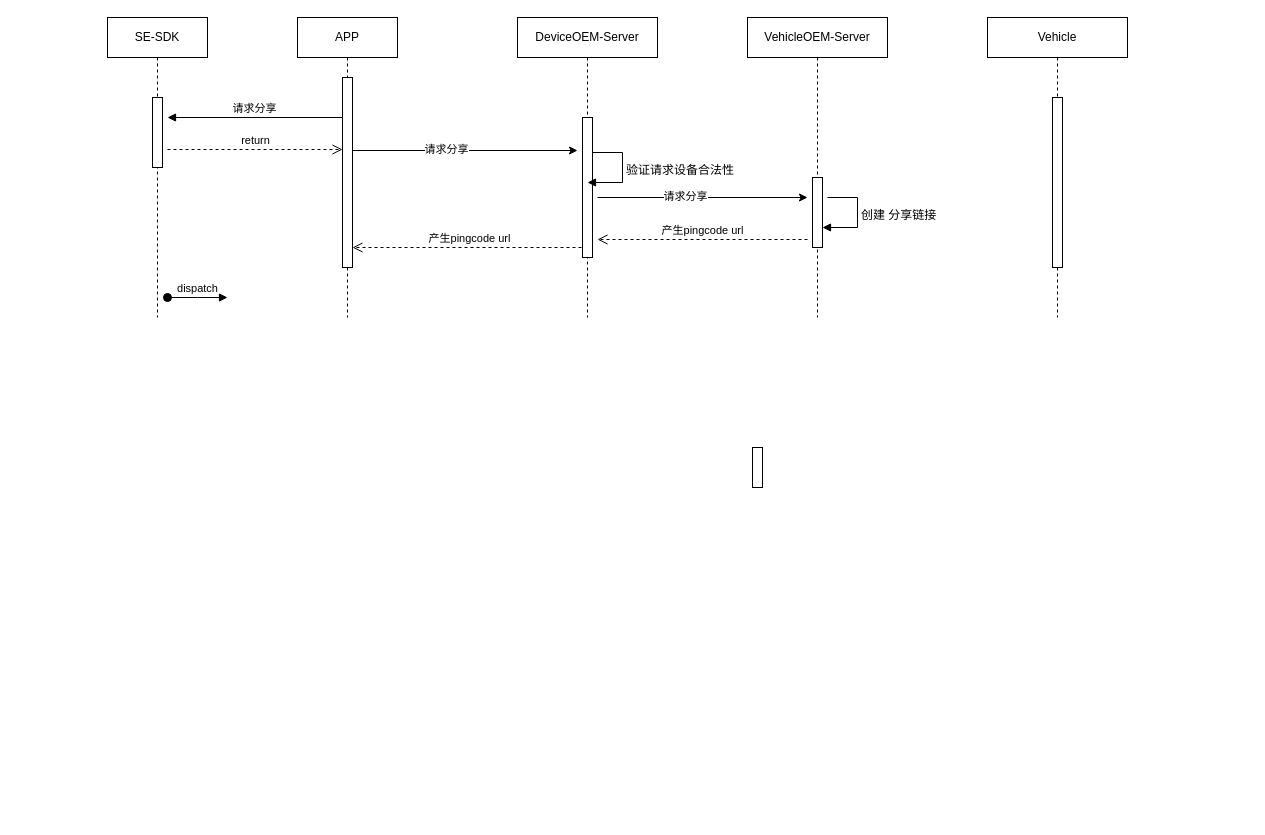
jianguocong/chart keeps this draw.io diagram as 分享钥匙.drawio. Above is the earlier version. Source tidied: cells renumbered, new cells numbered last; positions are measured from the earlier drawing's top-left corner, leaving out a move shared by most shapes. Both pictures are drawn from the tidied source at 100%, with x=0, y=0 at pixel (107, 17).
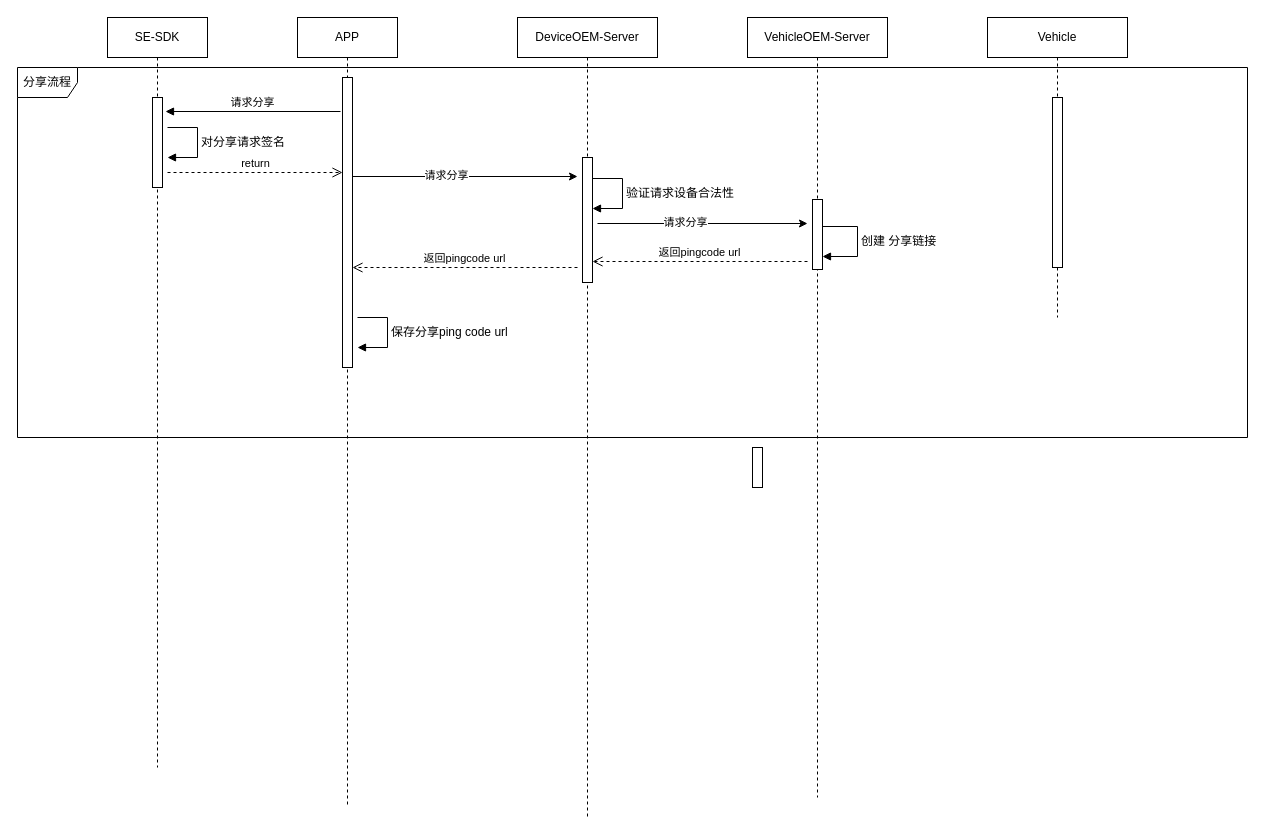
After the change.

Commit message (it also covers changes not shown here):
更新分享钥匙.drawio

What changed in the source:
```diff
@@
     <mxCell id="2" value="SE-SDK" style="shape=umlLifeline;perimeter=lifelinePerimeter;whiteSpace=wrap;html=1;newEdgeStyle={&quot;edgeStyle&quot;:&quot;elbowEdgeStyle&quot;,&quot;elbow&quot;:&quot;vertical&quot;,&quot;curved&quot;:0,&quot;rounded&quot;:0};" parent="1" vertex="1">
-      <mxGeometry width="100" height="300" as="geometry" />
+      <mxGeometry width="100" height="750" as="geometry" />
     </mxCell>
     <mxCell id="3" style="html=1;perimeter=orthogonalPerimeter;targetShapes=umlLifeline;newEdgeStyle={&quot;edgeStyle&quot;:&quot;elbowEdgeStyle&quot;,&quot;elbow&quot;:&quot;vertical&quot;,&quot;curved&quot;:0,&quot;rounded&quot;:0};" parent="2" vertex="1">
-      <mxGeometry x="45" y="80" width="10" height="70" as="geometry" />
+      <mxGeometry x="45" y="80" width="10" height="90" as="geometry" />
     </mxCell>
     <mxCell id="4" value="APP" style="shape=umlLifeline;perimeter=lifelinePerimeter;whiteSpace=wrap;html=1;newEdgeStyle={&quot;edgeStyle&quot;:&quot;elbowEdgeStyle&quot;,&quot;elbow&quot;:&quot;vertical&quot;,&quot;curved&quot;:0,&quot;rounded&quot;:0};" parent="1" vertex="1">
-      <mxGeometry x="190" width="100" height="300" as="geometry" />
+      <mxGeometry x="190" width="100" height="790" as="geometry" />
     </mxCell>
     <mxCell id="5" style="html=1;points=[];perimeter=orthogonalPerimeter;outlineConnect=0;targetShapes=umlLifeline;portConstraint=eastwest;newEdgeStyle={&quot;edgeStyle&quot;:&quot;elbowEdgeStyle&quot;,&quot;elbow&quot;:&quot;vertical&quot;,&quot;curved&quot;:0,&quot;rounded&quot;:0};" parent="4" vertex="1">
-      <mxGeometry x="45" y="60" width="10" height="190" as="geometry" />
+      <mxGeometry x="45" y="60" width="10" height="290" as="geometry" />
     </mxCell>
-    <mxCell id="6" value="请求分享" style="html=1;verticalAlign=bottom;endArrow=block;edgeStyle=elbowEdgeStyle;elbow=vertical;curved=0;rounded=0;" parent="1" edge="1" source="5">
+    <mxCell id="6" value="请求分享" style="html=1;verticalAlign=bottom;endArrow=block;edgeStyle=elbowEdgeStyle;elbow=vertical;curved=0;rounded=0;" parent="1" edge="1">
       <mxGeometry relative="1" as="geometry">
-        <mxPoint x="60" y="100" as="targetPoint" />
+        <mxPoint x="233" y="94" as="sourcePoint" />
+        <mxPoint x="58" y="94" as="targetPoint" />
       </mxGeometry>
     </mxCell>
-    <mxCell id="7" value="产生pingcode url" style="html=1;verticalAlign=bottom;endArrow=open;dashed=1;endSize=8;edgeStyle=elbowEdgeStyle;elbow=vertical;curved=0;rounded=0;" parent="1" edge="1">
+    <mxCell id="7" value="返回pingcode url" style="html=1;verticalAlign=bottom;endArrow=open;dashed=1;endSize=8;edgeStyle=elbowEdgeStyle;elbow=vertical;curved=0;rounded=0;" parent="1" edge="1">
       <mxGeometry relative="1" as="geometry">
-        <mxPoint x="480" y="230" as="sourcePoint" />
-        <mxPoint x="245" y="230" as="targetPoint" />
+        <mxPoint x="470" y="250" as="sourcePoint" />
+        <mxPoint x="245" y="250" as="targetPoint" />
       </mxGeometry>
     </mxCell>
-    <mxCell id="8" value="return" style="html=1;verticalAlign=bottom;endArrow=open;dashed=1;endSize=8;edgeStyle=elbowEdgeStyle;elbow=vertical;curved=0;rounded=0;" parent="1" edge="1">
+    <mxCell id="8" value="return" style="html=1;verticalAlign=bottom;endArrow=open;dashed=1;endSize=8;edgeStyle=elbowEdgeStyle;elbow=horizontal;curved=0;rounded=0;" parent="1" edge="1">
       <mxGeometry relative="1" as="geometry">
-        <mxPoint x="60" y="132" as="sourcePoint" />
-        <mxPoint x="235" y="132" as="targetPoint" />
+        <mxPoint x="60" y="155" as="sourcePoint" />
+        <mxPoint x="235" y="155" as="targetPoint" />
         <Array as="points">
-          <mxPoint x="150" y="132" />
+          <mxPoint x="150" y="155" />
         </Array>
       </mxGeometry>
     </mxCell>
     <mxCell id="9" value="DeviceOEM-Server" style="shape=umlLifeline;perimeter=lifelinePerimeter;whiteSpace=wrap;html=1;newEdgeStyle={&quot;edgeStyle&quot;:&quot;elbowEdgeStyle&quot;,&quot;elbow&quot;:&quot;vertical&quot;,&quot;curved&quot;:0,&quot;rounded&quot;:0};" parent="1" vertex="1">
-      <mxGeometry x="410" width="140" height="300" as="geometry" />
+      <mxGeometry x="410" width="140" height="800" as="geometry" />
     </mxCell>
     <mxCell id="10" style="html=1;points=[];perimeter=orthogonalPerimeter;outlineConnect=0;targetShapes=umlLifeline;portConstraint=eastwest;newEdgeStyle={&quot;edgeStyle&quot;:&quot;elbowEdgeStyle&quot;,&quot;elbow&quot;:&quot;vertical&quot;,&quot;curved&quot;:0,&quot;rounded&quot;:0};" parent="9" vertex="1">
-      <mxGeometry x="65" y="100" width="10" height="140" as="geometry" />
+      <mxGeometry x="65" y="140" width="10" height="125" as="geometry" />
     </mxCell>
     <mxCell id="11" value="VehicleOEM-Server" style="shape=umlLifeline;perimeter=lifelinePerimeter;whiteSpace=wrap;html=1;newEdgeStyle={&quot;edgeStyle&quot;:&quot;elbowEdgeStyle&quot;,&quot;elbow&quot;:&quot;vertical&quot;,&quot;curved&quot;:0,&quot;rounded&quot;:0};" parent="1" vertex="1">
-      <mxGeometry x="640" width="140" height="300" as="geometry" />
+      <mxGeometry x="640" width="140" height="780" as="geometry" />
     </mxCell>
     <mxCell id="12" style="html=1;points=[];perimeter=orthogonalPerimeter;outlineConnect=0;targetShapes=umlLifeline;portConstraint=eastwest;newEdgeStyle={&quot;edgeStyle&quot;:&quot;elbowEdgeStyle&quot;,&quot;elbow&quot;:&quot;vertical&quot;,&quot;curved&quot;:0,&quot;rounded&quot;:0};" parent="11" vertex="1">
-      <mxGeometry x="65" y="160" width="10" height="70" as="geometry" />
+      <mxGeometry x="65" y="182" width="10" height="70" as="geometry" />
     </mxCell>
+    <mxCell id="22" value="创建 分享链接" style="html=1;align=left;spacingLeft=2;endArrow=block;rounded=0;edgeStyle=orthogonalEdgeStyle;curved=0;rounded=0;fontFamily=Helvetica;fontSize=12;fontColor=default;" parent="11" edge="1">
+      <mxGeometry relative="1" as="geometry">
+        <mxPoint x="75" y="209" as="sourcePoint" />
+        <mxPoint x="75" y="239" as="targetPoint" />
+        <Array as="points">
+          <mxPoint x="110" y="209" />
+          <mxPoint x="110" y="239" />
+        </Array>
+      </mxGeometry>
+    </mxCell>
@@
-    <mxCell id="15" value="dispatch" style="html=1;verticalAlign=bottom;startArrow=oval;endArrow=block;startSize=8;edgeStyle=elbowEdgeStyle;elbow=vertical;curved=0;rounded=0;" parent="1" edge="1">
-      <mxGeometry relative="1" as="geometry">
-        <mxPoint x="60" y="280" as="sourcePoint" />
-        <mxPoint x="120" y="280" as="targetPoint" />
-      </mxGeometry>
-    </mxCell>
     <mxCell id="16" style="endArrow=classic;html=1;rounded=0;" parent="1" edge="1">
       <mxGeometry relative="1" as="geometry">
-        <mxPoint x="245" y="133" as="sourcePoint" />
-        <mxPoint x="470" y="133" as="targetPoint" />
+        <mxPoint x="245" y="159" as="sourcePoint" />
+        <mxPoint x="470" y="159" as="targetPoint" />
       </mxGeometry>
     </mxCell>
@@
     <mxCell id="18" style="endArrow=classic;html=1;rounded=0;" parent="1" edge="1">
       <mxGeometry relative="1" as="geometry">
-        <mxPoint x="490" y="180" as="sourcePoint" />
-        <mxPoint x="700" y="180" as="targetPoint" />
+        <mxPoint x="490" y="206" as="sourcePoint" />
+        <mxPoint x="700" y="206" as="targetPoint" />
       </mxGeometry>
     </mxCell>
@@
-    <mxCell id="20" value="产生pingcode url" style="html=1;verticalAlign=bottom;endArrow=open;dashed=1;endSize=8;edgeStyle=elbowEdgeStyle;elbow=vertical;curved=0;rounded=0;" parent="1" edge="1">
+    <mxCell id="20" value="返回pingcode url" style="html=1;verticalAlign=bottom;endArrow=open;dashed=1;endSize=8;edgeStyle=elbowEdgeStyle;elbow=vertical;curved=0;rounded=0;" parent="1" edge="1" target="10">
       <mxGeometry relative="1" as="geometry">
-        <mxPoint x="700" y="222" as="sourcePoint" />
-        <mxPoint x="490" y="222" as="targetPoint" />
+        <mxPoint x="700" y="244" as="sourcePoint" />
       </mxGeometry>
     </mxCell>
@@
-    <mxCell id="22" value="创建 分享链接" style="html=1;align=left;spacingLeft=2;endArrow=block;rounded=0;edgeStyle=orthogonalEdgeStyle;curved=0;rounded=0;fontFamily=Helvetica;fontSize=12;fontColor=default;" parent="1" edge="1" target="12">
-      <mxGeometry relative="1" as="geometry">
-        <mxPoint x="720" y="180" as="sourcePoint" />
-        <Array as="points">
-          <mxPoint x="750" y="180" />
-          <mxPoint x="750" y="210" />
-        </Array>
-      </mxGeometry>
-    </mxCell>
     <mxCell id="23" value="验证请求设备合法性" style="html=1;align=left;spacingLeft=2;endArrow=block;rounded=0;edgeStyle=orthogonalEdgeStyle;curved=0;rounded=0;fontFamily=Helvetica;fontSize=12;fontColor=default;" parent="1" edge="1">
       <mxGeometry relative="1" as="geometry">
-        <mxPoint x="485" y="135" as="sourcePoint" />
-        <mxPoint x="480" y="165" as="targetPoint" />
+        <mxPoint x="485" y="161" as="sourcePoint" />
+        <mxPoint x="485" y="191" as="targetPoint" />
         <Array as="points">
-          <mxPoint x="515" y="135" />
-          <mxPoint x="515" y="165" />
+          <mxPoint x="515" y="161" />
+          <mxPoint x="515" y="191" />
         </Array>
       </mxGeometry>
     </mxCell>
+    <mxCell id="24" value="保存分享ping code url" style="html=1;align=left;spacingLeft=2;endArrow=block;rounded=0;edgeStyle=orthogonalEdgeStyle;curved=0;rounded=0;fontFamily=Helvetica;fontSize=12;fontColor=default;" parent="1" edge="1">
+      <mxGeometry relative="1" as="geometry">
+        <mxPoint x="250" y="300" as="sourcePoint" />
+        <mxPoint x="250" y="330" as="targetPoint" />
+        <Array as="points">
+          <mxPoint x="280" y="300" />
+          <mxPoint x="280" y="330" />
+        </Array>
+      </mxGeometry>
+    </mxCell>
+    <mxCell id="25" value="分享流程" style="shape=umlFrame;whiteSpace=wrap;html=1;sketch=0;strokeColor=default;align=center;verticalAlign=middle;fontFamily=Helvetica;fontSize=12;fontColor=default;fillColor=default;" parent="1" vertex="1">
+      <mxGeometry x="-90" y="50" width="1230" height="370" as="geometry" />
+    </mxCell>
+    <mxCell id="26" value="对分享请求签名" style="html=1;align=left;spacingLeft=2;endArrow=block;rounded=0;edgeStyle=orthogonalEdgeStyle;curved=0;rounded=0;fontFamily=Helvetica;fontSize=12;fontColor=default;" parent="1" edge="1">
+      <mxGeometry relative="1" as="geometry">
+        <mxPoint x="60" y="110" as="sourcePoint" />
+        <mxPoint x="60" y="140" as="targetPoint" />
+        <Array as="points">
+          <mxPoint x="90" y="110" />
+          <mxPoint x="90" y="140" />
+        </Array>
+      </mxGeometry>
+    </mxCell>
```
